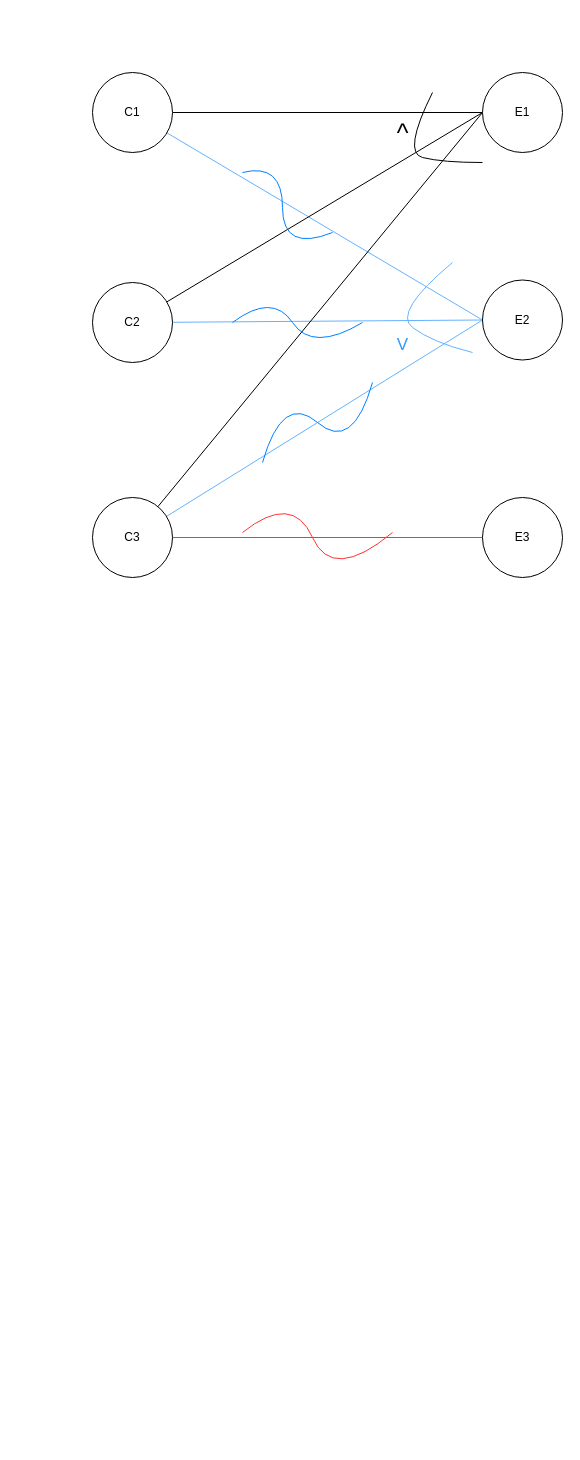
This is page "T4" (1 of 3) of SQAT.drawio from englip2002/DrawIO, a draw.io file, before an edit. Source tidied: cells renumbered, new cells numbered last; positions are measured from the earlier drawing's top-left corner, leaving out a move shared by most shapes. Both pictures are drawn from the tidied source at 100%, with x=0, y=0 at pixel (92, 72).
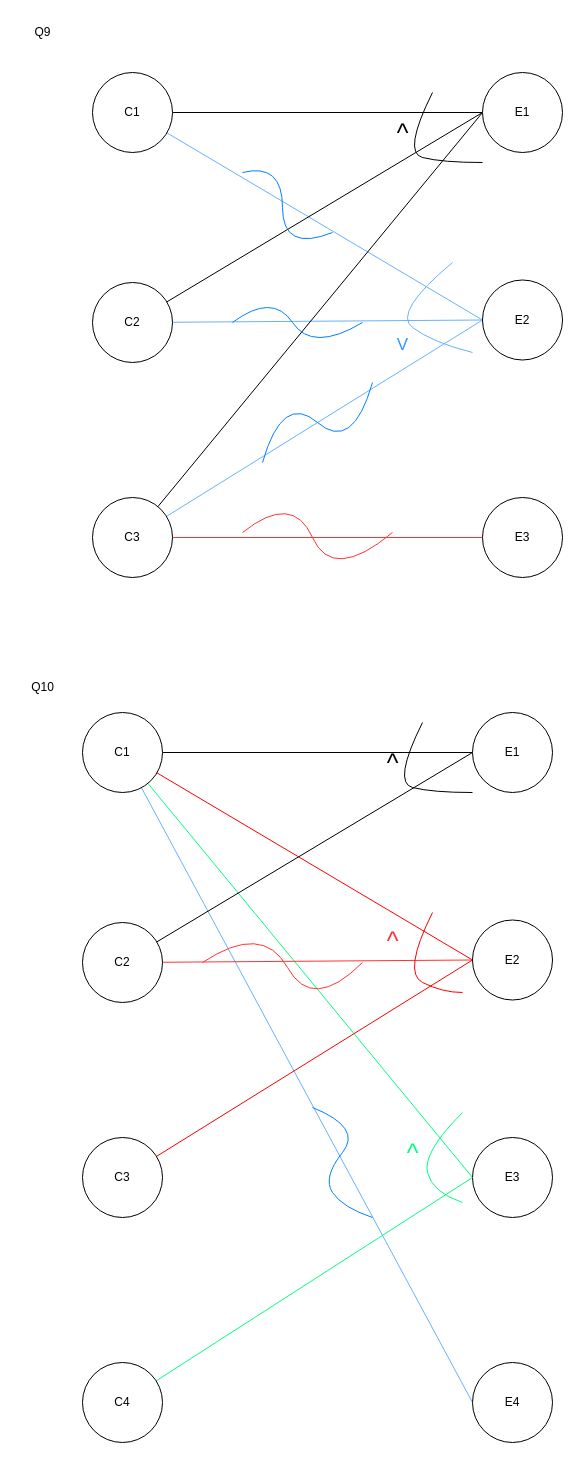
The same diagram, later.

What changed in the source:
```diff
@@
+    <mxCell id="23" value="Q9" style="text;html=1;align=center;verticalAlign=middle;strokeColor=none;fillColor=none;" parent="1" vertex="1">
+      <mxGeometry x="-70" y="-55" width="40" height="30" as="geometry" />
+    </mxCell>
+    <mxCell id="24" value="Q10" style="text;html=1;align=center;verticalAlign=middle;strokeColor=none;fillColor=none;" parent="1" vertex="1">
+      <mxGeometry x="-75" y="600" width="50" height="30" as="geometry" />
+    </mxCell>
+    <mxCell id="25" style="edgeStyle=none;shape=connector;rounded=0;jettySize=auto;html=1;entryX=0;entryY=0.5;entryDx=0;entryDy=0;labelBackgroundColor=default;strokeColor=default;fontFamily=Helvetica;fontSize=11;fontColor=default;endArrow=none;endFill=0;" parent="1" edge="1" source="29" target="35">
+      <mxGeometry relative="1" as="geometry" />
+    </mxCell>
+    <mxCell id="26" style="edgeStyle=none;shape=connector;rounded=0;jettySize=auto;html=1;entryX=0;entryY=0.5;entryDx=0;entryDy=0;labelBackgroundColor=default;strokeColor=#fa0000;fontFamily=Helvetica;fontSize=11;fontColor=default;endArrow=none;endFill=0;" parent="1" edge="1" source="29" target="36">
+      <mxGeometry relative="1" as="geometry" />
+    </mxCell>
+    <mxCell id="27" style="edgeStyle=none;shape=connector;rounded=0;jettySize=auto;html=1;entryX=0;entryY=0.5;entryDx=0;entryDy=0;labelBackgroundColor=default;strokeColor=#00FF80;fontFamily=Helvetica;fontSize=11;fontColor=default;endArrow=none;endFill=0;" parent="1" edge="1" source="29" target="37">
+      <mxGeometry relative="1" as="geometry" />
+    </mxCell>
+    <mxCell id="28" style="edgeStyle=none;shape=connector;rounded=0;jettySize=auto;html=1;entryX=0;entryY=0.5;entryDx=0;entryDy=0;labelBackgroundColor=default;strokeColor=#66B2FF;fontFamily=Helvetica;fontSize=11;fontColor=default;endArrow=none;endFill=0;" parent="1" edge="1" source="29" target="40">
+      <mxGeometry relative="1" as="geometry" />
+    </mxCell>
+    <mxCell id="29" value="C1" style="ellipse;whiteSpace=wrap;html=1;" parent="1" vertex="1">
+      <mxGeometry x="-10" y="640" width="80" height="80" as="geometry" />
+    </mxCell>
+    <mxCell id="30" style="edgeStyle=none;shape=connector;rounded=0;jettySize=auto;html=1;entryX=0;entryY=0.5;entryDx=0;entryDy=0;labelBackgroundColor=default;strokeColor=default;fontFamily=Helvetica;fontSize=11;fontColor=default;endArrow=none;endFill=0;" parent="1" edge="1" source="32" target="35">
+      <mxGeometry relative="1" as="geometry" />
+    </mxCell>
+    <mxCell id="31" style="edgeStyle=none;shape=connector;rounded=0;jettySize=auto;html=1;labelBackgroundColor=default;strokeColor=#FF3333;fontFamily=Helvetica;fontSize=11;fontColor=default;endArrow=none;endFill=0;entryX=0;entryY=0.5;entryDx=0;entryDy=0;" parent="1" edge="1" source="32" target="36">
+      <mxGeometry relative="1" as="geometry" />
+    </mxCell>
+    <mxCell id="32" value="C2" style="ellipse;whiteSpace=wrap;html=1;" parent="1" vertex="1">
+      <mxGeometry x="-10" y="850" width="80" height="80" as="geometry" />
+    </mxCell>
+    <mxCell id="33" style="edgeStyle=none;shape=connector;rounded=0;jettySize=auto;html=1;entryX=0;entryY=0.5;entryDx=0;entryDy=0;labelBackgroundColor=default;strokeColor=#fa0000;fontFamily=Helvetica;fontSize=11;fontColor=default;endArrow=none;endFill=0;" parent="1" edge="1" source="34" target="36">
+      <mxGeometry relative="1" as="geometry" />
+    </mxCell>
+    <mxCell id="34" value="C3" style="ellipse;whiteSpace=wrap;html=1;" parent="1" vertex="1">
+      <mxGeometry x="-10" y="1065" width="80" height="80" as="geometry" />
+    </mxCell>
+    <mxCell id="35" value="E1" style="ellipse;whiteSpace=wrap;html=1;" parent="1" vertex="1">
+      <mxGeometry x="380" y="640" width="80" height="80" as="geometry" />
+    </mxCell>
+    <mxCell id="36" value="E2" style="ellipse;whiteSpace=wrap;html=1;" parent="1" vertex="1">
+      <mxGeometry x="380" y="847.5" width="80" height="80" as="geometry" />
+    </mxCell>
+    <mxCell id="37" value="E3" style="ellipse;whiteSpace=wrap;html=1;" parent="1" vertex="1">
+      <mxGeometry x="380" y="1065" width="80" height="80" as="geometry" />
+    </mxCell>
+    <mxCell id="38" style="edgeStyle=none;shape=connector;rounded=0;jettySize=auto;html=1;entryX=0;entryY=0.5;entryDx=0;entryDy=0;labelBackgroundColor=default;strokeColor=#00FF80;fontFamily=Helvetica;fontSize=11;fontColor=default;endArrow=none;endFill=0;" parent="1" edge="1" source="39" target="37">
+      <mxGeometry relative="1" as="geometry" />
+    </mxCell>
+    <mxCell id="39" value="C4" style="ellipse;whiteSpace=wrap;html=1;" parent="1" vertex="1">
+      <mxGeometry x="-10" y="1290" width="80" height="80" as="geometry" />
+    </mxCell>
+    <mxCell id="40" value="E4" style="ellipse;whiteSpace=wrap;html=1;" parent="1" vertex="1">
+      <mxGeometry x="380" y="1290" width="80" height="80" as="geometry" />
+    </mxCell>
+    <mxCell id="41" style="curved=1;endArrow=none;html=1;rounded=0;labelBackgroundColor=default;strokeColor=default;fontFamily=Helvetica;fontSize=11;fontColor=default;shape=connector;endFill=0;" parent="1" edge="1">
+      <mxGeometry relative="1" as="geometry">
+        <mxPoint x="380" y="720" as="sourcePoint" />
+        <mxPoint x="330" y="650" as="targetPoint" />
+        <Array as="points">
+          <mxPoint x="340" y="720" />
+          <mxPoint x="300" y="710" />
+        </Array>
+      </mxGeometry>
+    </mxCell>
+    <mxCell id="42" value="&lt;font style=&quot;font-size: 25px;&quot;&gt;^&lt;/font&gt;" style="text;html=1;align=center;verticalAlign=middle;strokeColor=none;fillColor=none;fontSize=11;fontFamily=Helvetica;fontColor=default;" parent="1" vertex="1">
+      <mxGeometry x="280" y="670" width="40" height="40" as="geometry" />
+    </mxCell>
+    <mxCell id="43" style="curved=1;endArrow=none;html=1;rounded=0;labelBackgroundColor=default;strokeColor=#fa0000;fontFamily=Helvetica;fontSize=11;fontColor=default;shape=connector;endFill=0;" parent="1" edge="1">
+      <mxGeometry relative="1" as="geometry">
+        <mxPoint x="370" y="920" as="sourcePoint" />
+        <mxPoint x="340" y="840" as="targetPoint" />
+        <Array as="points">
+          <mxPoint x="350" y="920" />
+          <mxPoint x="310" y="900" />
+        </Array>
+      </mxGeometry>
+    </mxCell>
+    <mxCell id="44" value="&lt;font style=&quot;font-size: 25px;&quot;&gt;^&lt;/font&gt;" style="text;html=1;align=center;verticalAlign=middle;strokeColor=none;fillColor=none;fontSize=11;fontFamily=Helvetica;fontColor=#FF3333;" parent="1" vertex="1">
+      <mxGeometry x="280" y="847.5" width="40" height="40" as="geometry" />
+    </mxCell>
+    <mxCell id="45" style="curved=1;endArrow=none;html=1;rounded=0;labelBackgroundColor=default;strokeColor=#00FF80;fontFamily=Helvetica;fontSize=11;fontColor=default;shape=connector;endFill=0;" parent="1" edge="1">
+      <mxGeometry relative="1" as="geometry">
+        <mxPoint x="370" y="1130" as="sourcePoint" />
+        <mxPoint x="370" y="1040" as="targetPoint" />
+        <Array as="points">
+          <mxPoint x="340" y="1120" />
+          <mxPoint x="330" y="1080" />
+        </Array>
+      </mxGeometry>
+    </mxCell>
+    <mxCell id="46" value="&lt;font style=&quot;font-size: 25px;&quot;&gt;^&lt;/font&gt;" style="text;html=1;align=center;verticalAlign=middle;strokeColor=none;fillColor=none;fontSize=11;fontFamily=Helvetica;fontColor=#00FF80;" parent="1" vertex="1">
+      <mxGeometry x="300" y="1060" width="40" height="40" as="geometry" />
+    </mxCell>
+    <mxCell id="47" style="curved=1;endArrow=none;html=1;rounded=0;labelBackgroundColor=default;strokeColor=#007FFF;fontFamily=Helvetica;fontSize=11;fontColor=default;shape=connector;endFill=0;" parent="1" edge="1">
+      <mxGeometry relative="1" as="geometry">
+        <mxPoint x="280" y="1145" as="sourcePoint" />
+        <mxPoint x="220" y="1035" as="targetPoint" />
+        <Array as="points">
+          <mxPoint x="250" y="1135" />
+          <mxPoint x="230" y="1105" />
+          <mxPoint x="270" y="1055" />
+        </Array>
+      </mxGeometry>
+    </mxCell>
+    <mxCell id="48" style="curved=1;endArrow=none;html=1;rounded=0;labelBackgroundColor=default;strokeColor=#FF3333;fontFamily=Helvetica;fontSize=11;fontColor=default;shape=connector;endFill=0;" parent="1" edge="1">
+      <mxGeometry relative="1" as="geometry">
+        <mxPoint x="270" y="890" as="sourcePoint" />
+        <mxPoint x="110" y="890" as="targetPoint" />
+        <Array as="points">
+          <mxPoint x="220" y="940" />
+          <mxPoint x="170" y="850" />
+        </Array>
+      </mxGeometry>
+    </mxCell>
```
